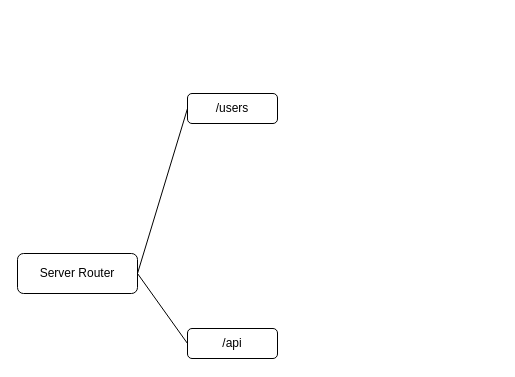
shepard-liu/gis-data-hosting-server keeps this draw.io diagram as server/Untitled Diagram.drawio. Above is the earlier version. Source tidied: cells renumbered, new cells numbered last; positions are measured from the earlier drawing's top-left corner, leaving out a move shared by most shapes. Both pictures are drawn from the tidied source at 100%, with x=0, y=0 at pixel (17, 93).
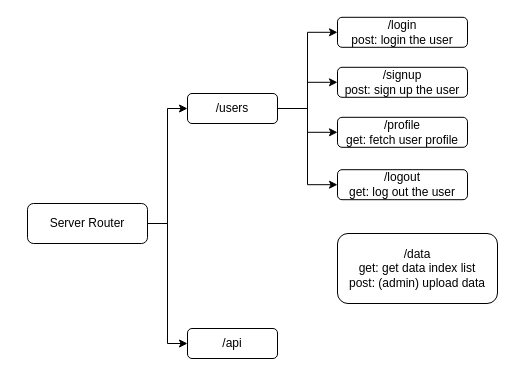
Above is the later version.

Commit message:
Update Router Flowchart

Change to the diagram source:
```diff
@@
 <mxGraphModel>
   <root>
     <mxCell id="0" />
     <mxCell id="1" parent="0" />
+    <mxCell id="4" style="edgeStyle=orthogonalEdgeStyle;rounded=0;jettySize=auto;html=1;entryX=0;entryY=0.5;entryDx=0;entryDy=0;" parent="1" edge="1" source="2" target="3">
+      <mxGeometry relative="1" as="geometry" />
+    </mxCell>
+    <mxCell id="6" style="edgeStyle=orthogonalEdgeStyle;rounded=0;jettySize=auto;html=1;entryX=0;entryY=0.5;entryDx=0;entryDy=0;" parent="1" edge="1" source="2" target="5">
+      <mxGeometry relative="1" as="geometry" />
+    </mxCell>
     <mxCell id="2" value="Server Router" style="rounded=1;whiteSpace=wrap;html=1;" parent="1" vertex="1">
-      <mxGeometry y="160" width="120" height="40" as="geometry" />
+      <mxGeometry x="10" y="110" width="120" height="40" as="geometry" />
     </mxCell>
+    <mxCell id="7" style="edgeStyle=orthogonalEdgeStyle;rounded=0;jettySize=auto;html=1;entryX=0;entryY=0.5;entryDx=0;entryDy=0;" parent="1" edge="1" source="3" target="13">
+      <mxGeometry relative="1" as="geometry" />
+    </mxCell>
+    <mxCell id="8" style="edgeStyle=orthogonalEdgeStyle;rounded=0;jettySize=auto;html=1;entryX=0;entryY=0.5;entryDx=0;entryDy=0;" parent="1" edge="1" source="3" target="11">
+      <mxGeometry relative="1" as="geometry" />
+    </mxCell>
+    <mxCell id="9" style="edgeStyle=orthogonalEdgeStyle;rounded=0;jettySize=auto;html=1;entryX=0;entryY=0.5;entryDx=0;entryDy=0;" parent="1" edge="1" source="3" target="12">
+      <mxGeometry relative="1" as="geometry" />
+    </mxCell>
+    <mxCell id="10" style="edgeStyle=orthogonalEdgeStyle;rounded=0;jettySize=auto;html=1;entryX=0;entryY=0.5;entryDx=0;entryDy=0;" parent="1" edge="1" source="3" target="14">
+      <mxGeometry relative="1" as="geometry" />
+    </mxCell>
     <mxCell id="3" value="/users" style="rounded=1;whiteSpace=wrap;html=1;" parent="1" vertex="1">
       <mxGeometry x="170" width="90" height="30" as="geometry" />
     </mxCell>
-    <mxCell id="4" style="endArrow=none;html=1;rounded=0;exitX=1;exitY=0.5;exitDx=0;exitDy=0;entryX=0;entryY=0.5;entryDx=0;entryDy=0;" parent="1" edge="1" source="2" target="3">
-      <mxGeometry relative="1" as="geometry" />
-    </mxCell>
     <mxCell id="5" value="/api" style="rounded=1;whiteSpace=wrap;html=1;" parent="1" vertex="1">
       <mxGeometry x="170" y="235" width="90" height="30" as="geometry" />
     </mxCell>
-    <mxCell id="6" style="endArrow=none;html=1;rounded=0;entryX=0;entryY=0.5;entryDx=0;entryDy=0;exitX=1;exitY=0.5;exitDx=0;exitDy=0;" parent="1" edge="1" source="2" target="5">
-      <mxGeometry relative="1" as="geometry" />
-    </mxCell>
+    <mxCell id="11" value="/login&lt;br&gt;post: login the user" style="rounded=1;whiteSpace=wrap;html=1;" parent="1" vertex="1">
+      <mxGeometry x="320" y="-76.2" width="130" height="30" as="geometry" />
+    </mxCell>
+    <mxCell id="12" value="/signup&lt;br&gt;post: sign up the user" style="rounded=1;whiteSpace=wrap;html=1;" parent="1" vertex="1">
+      <mxGeometry x="320" y="-26.2" width="130" height="30" as="geometry" />
+    </mxCell>
+    <mxCell id="13" value="/profile&lt;br&gt;get: fetch user profile" style="rounded=1;whiteSpace=wrap;html=1;" parent="1" vertex="1">
+      <mxGeometry x="320" y="23.8" width="130" height="30" as="geometry" />
+    </mxCell>
+    <mxCell id="14" value="/logout&lt;br&gt;get: log out the user" style="rounded=1;whiteSpace=wrap;html=1;" parent="1" vertex="1">
+      <mxGeometry x="320" y="76.2" width="130" height="30" as="geometry" />
+    </mxCell>
+    <mxCell id="15" value="&lt;div&gt;&lt;span&gt;/data&lt;/span&gt;&lt;/div&gt;get: get data index list&lt;br&gt;post: (admin) upload data" style="rounded=1;whiteSpace=wrap;html=1;align=center;" parent="1" vertex="1">
+      <mxGeometry x="320" y="140" width="160" height="70" as="geometry" />
+    </mxCell>
   </root>
 </mxGraphModel>
```
